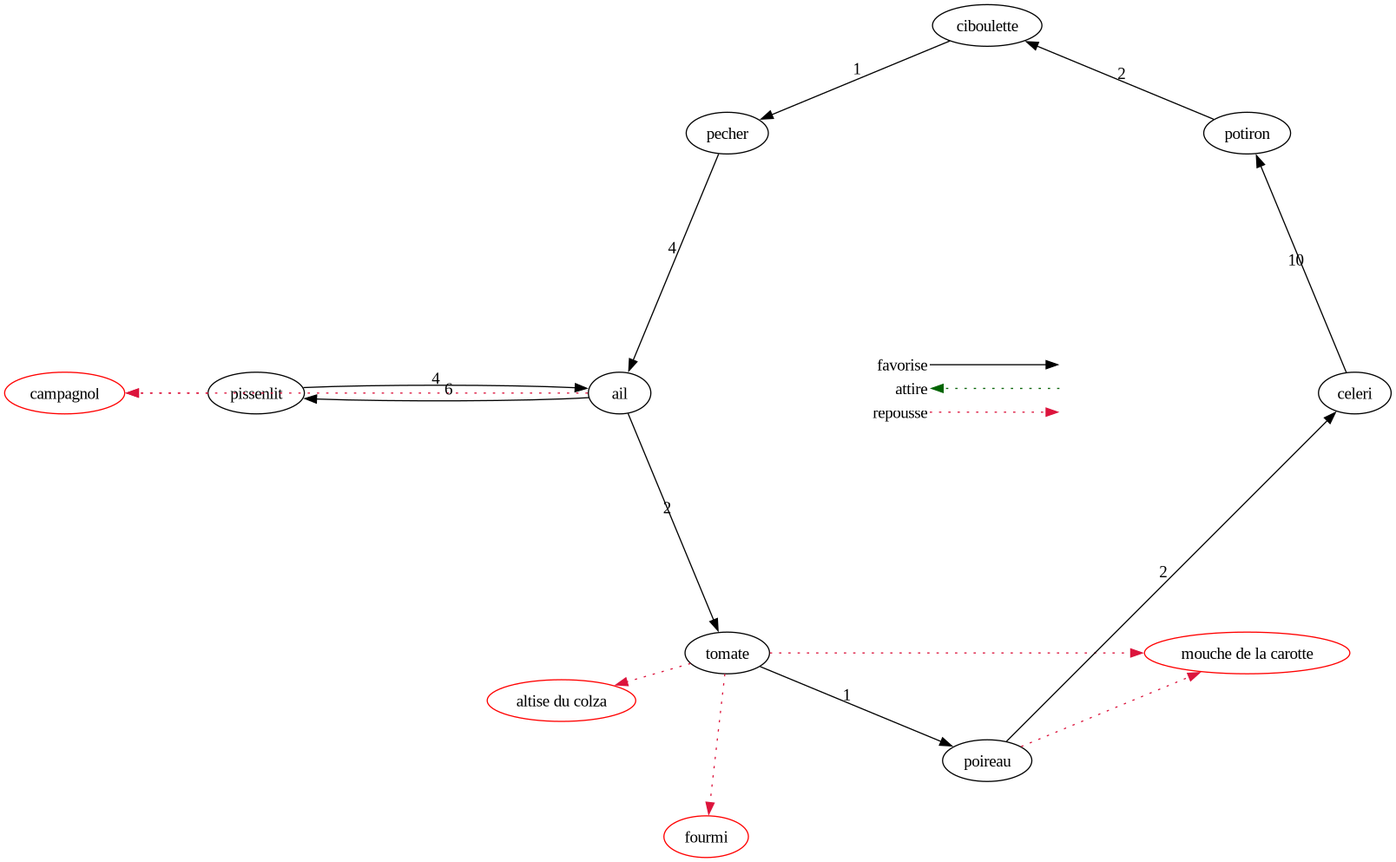
Above: graph/graph_pondere_dijkstra.dot.png in locherry/Jardin (Graphviz), before the change. Its source is kept beside it as graph/graph_pondere_dijkstra.dot. Source of this version:
```dot
digraph {
    layout="circo"
    node [color = green]
    node [color = red]
    "campagnol"
    "altise du colza"
    "fourmi"
    "mouche de la carotte"
    node [color = black]
    "pissenlit" -> "ail" [label="4"]
    "ail" -> "tomate" [label="2"]
    "tomate" -> "poireau" [label="1"]
    "poireau" -> "celeri" [label="2"]
    "celeri" -> "potiron" [label="10"]
    "potiron" -> "ciboulette" [label="2"]
    "ciboulette" -> "pecher" [label="1"]
    "pecher" -> "ail" [label="4"]
    "ail" -> "pissenlit" [label="6"]
    "pissenlit" -> "campagnol" [color=crimson, style=dotted]
    "ail" -> "campagnol" [color=crimson, style=dotted]
    "tomate" -> "altise du colza" [color=crimson, style=dotted]
    "tomate" -> "fourmi" [color=crimson, style=dotted]
    "tomate" -> "mouche de la carotte" [color=crimson, style=dotted]
    "poireau" -> "mouche de la carotte" [color=crimson, style=dotted]

    subgraph cluster_01 {
        node [shape=plaintext]
        key [label=<<table border="0" cellpadding="2" cellspacing="0" cellborder="0">
            <tr><td align="right" port="i1">favorise</td></tr>
            <tr><td align="right" port="i2">attire</td></tr>
            <tr><td align="right" port="i3">repousse</td></tr>
            </table>>]
            key2 [label=<<table border="0" cellpadding="2" cellspacing="0" cellborder="0">
            <tr><td port="i1">&nbsp;</td></tr>
            <tr><td port="i2">&nbsp;</td></tr>
            <tr><td port="i3">&nbsp;</td></tr>
        </table>>]
        key:i1:e -> key2:i1:w [color=black]
        key2:i2:w -> key:i2:e [color=darkgreen, style=dotted]
        key:i3:e -> key2:i3:w [color=crimson, style=dotted]

        node [shape=circle]
    }
}
```
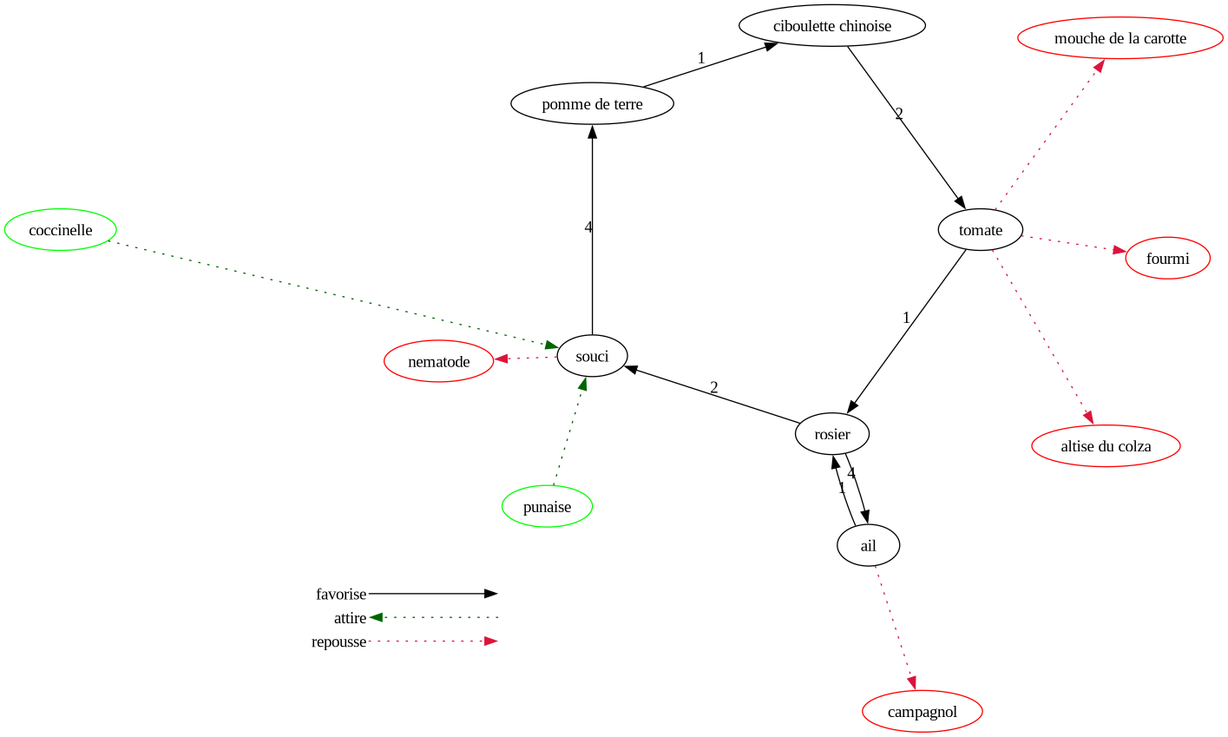
The same file after the commit.

The edit, as a diff of the source:
```diff
@@ -1,27 +1,29 @@
 digraph {
     layout="circo"
     node [color = green]
+    "coccinelle"
+    "punaise"
     node [color = red]
     "campagnol"
+    "nematode"
     "altise du colza"
     "fourmi"
     "mouche de la carotte"
     node [color = black]
-    "pissenlit" -> "ail" [label="4"]
-    "ail" -> "tomate" [label="2"]
-    "tomate" -> "poireau" [label="1"]
-    "poireau" -> "celeri" [label="2"]
-    "celeri" -> "potiron" [label="10"]
-    "potiron" -> "ciboulette" [label="2"]
-    "ciboulette" -> "pecher" [label="1"]
-    "pecher" -> "ail" [label="4"]
-    "ail" -> "pissenlit" [label="6"]
-    "pissenlit" -> "campagnol" [color=crimson, style=dotted]
+    "ail" -> "rosier" [label="1"]
+    "rosier" -> "souci" [label="2"]
+    "souci" -> "pomme de terre" [label="4"]
+    "pomme de terre" -> "ciboulette chinoise" [label="1"]
+    "ciboulette chinoise" -> "tomate" [label="2"]
+    "tomate" -> "rosier" [label="1"]
+    "rosier" -> "ail" [label="4"]
     "ail" -> "campagnol" [color=crimson, style=dotted]
+    "souci" -> "nematode" [color=crimson, style=dotted]
     "tomate" -> "altise du colza" [color=crimson, style=dotted]
     "tomate" -> "fourmi" [color=crimson, style=dotted]
     "tomate" -> "mouche de la carotte" [color=crimson, style=dotted]
-    "poireau" -> "mouche de la carotte" [color=crimson, style=dotted]
+    "coccinelle" -> "souci" [color=darkgreen, style=dotted]
+    "punaise" -> "souci" [color=darkgreen, style=dotted]
 
     subgraph cluster_01 {
         node [shape=plaintext]
```
